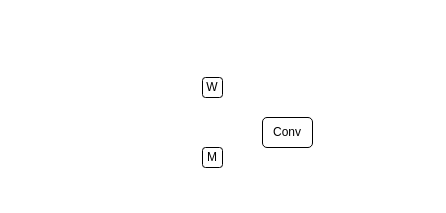
yangtao2019yt/train_daemon keeps this draw.io diagram as DualPrune.drawio. Above is the earlier version. Source tidied: cells renumbered, new cells numbered last; positions are measured from the earlier drawing's top-left corner, leaving out a move shared by most shapes. Both pictures are drawn from the tidied source at 100%, with x=0, y=0 at pixel (202, 77).
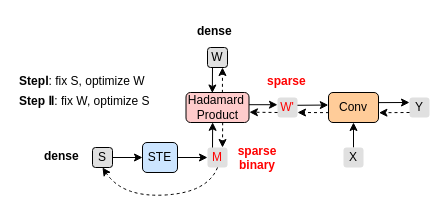
Above is the later version.

What changed in the source:
```diff
@@
-    <mxCell id="2" value="Conv" style="rounded=1;whiteSpace=wrap;html=1;" parent="1" vertex="1">
-      <mxGeometry x="60" y="40" width="50" height="30" as="geometry" />
+    <mxCell id="2" value="Conv" style="rounded=1;whiteSpace=wrap;html=1;fillColor=#ffcc99;strokeColor=#000000;" parent="1" vertex="1">
+      <mxGeometry x="126" y="15" width="50" height="30" as="geometry" />
     </mxCell>
-    <mxCell id="3" value="W" style="rounded=1;whiteSpace=wrap;html=1;" parent="1" vertex="1">
-      <mxGeometry width="20" height="20" as="geometry" />
+    <mxCell id="3" value="W" style="rounded=1;whiteSpace=wrap;html=1;fillColor=#E0E0E0;strokeColor=#000000;" parent="1" vertex="1">
+      <mxGeometry x="5" y="-30" width="20" height="20" as="geometry" />
     </mxCell>
-    <mxCell id="4" value="M" style="rounded=1;whiteSpace=wrap;html=1;" parent="1" vertex="1">
-      <mxGeometry y="70" width="20" height="20" as="geometry" />
+    <mxCell id="4" value="M" style="rounded=1;whiteSpace=wrap;html=1;fillColor=#E0E0E0;gradientColor=none;strokeColor=none;gradientDirection=radial;fontColor=#FF0000;" parent="1" vertex="1">
+      <mxGeometry x="5" y="70" width="20" height="20" as="geometry" />
     </mxCell>
+    <mxCell id="5" value="W'" style="rounded=1;whiteSpace=wrap;html=1;fillColor=#E0E0E0;strokeColor=none;fontColor=#FF0000;" parent="1" vertex="1">
+      <mxGeometry x="75" y="20" width="20" height="20" as="geometry" />
+    </mxCell>
+    <mxCell id="6" style="curved=1;endArrow=classic;html=1;rounded=0;dashed=1;exitX=0.5;exitY=1;exitDx=0;exitDy=0;entryX=0.5;entryY=1;entryDx=0;entryDy=0;" parent="1" edge="1" source="4" target="15">
+      <mxGeometry relative="1" as="geometry">
+        <Array as="points">
+          <mxPoint x="5" y="115" />
+          <mxPoint x="-80" y="120" />
+        </Array>
+      </mxGeometry>
+    </mxCell>
+    <mxCell id="7" value="Y" style="rounded=1;whiteSpace=wrap;html=1;fillColor=#E0E0E0;strokeColor=none;" parent="1" vertex="1">
+      <mxGeometry x="207" y="20" width="20" height="20" as="geometry" />
+    </mxCell>
+    <mxCell id="8" style="endArrow=classic;html=1;rounded=0;dashed=1;exitX=0;exitY=0.75;exitDx=0;exitDy=0;entryX=1.009;entryY=0.674;entryDx=0;entryDy=0;entryPerimeter=0;" parent="1" edge="1" source="7" target="2">
+      <mxGeometry relative="1" as="geometry" />
+    </mxCell>
+    <mxCell id="9" value="Hadamard&amp;nbsp; Product" style="rounded=1;whiteSpace=wrap;html=1;fillColor=#ffcccc;strokeColor=#000000;" parent="1" vertex="1">
+      <mxGeometry x="-16.5" y="15" width="63" height="30" as="geometry" />
+    </mxCell>
+    <mxCell id="10" style="edgeStyle=orthogonalEdgeStyle;rounded=0;jettySize=auto;html=1;" parent="1" edge="1" source="11" target="2">
+      <mxGeometry relative="1" as="geometry" />
+    </mxCell>
+    <mxCell id="11" value="X" style="rounded=1;whiteSpace=wrap;html=1;fillColor=#E0E0E0;strokeColor=none;" parent="1" vertex="1">
+      <mxGeometry x="141" y="70" width="20" height="20" as="geometry" />
+    </mxCell>
+    <mxCell id="12" style="edgeStyle=orthogonalEdgeStyle;rounded=0;jettySize=auto;html=1;entryX=0;entryY=0.5;entryDx=0;entryDy=0;" parent="1" edge="1" source="13" target="4">
+      <mxGeometry relative="1" as="geometry" />
+    </mxCell>
+    <mxCell id="13" value="STE" style="rounded=1;whiteSpace=wrap;html=1;fillColor=#cce5ff;strokeColor=#000000;" parent="1" vertex="1">
+      <mxGeometry x="-60" y="65" width="35" height="30" as="geometry" />
+    </mxCell>
+    <mxCell id="14" style="edgeStyle=orthogonalEdgeStyle;rounded=0;jettySize=auto;html=1;entryX=0;entryY=0.5;entryDx=0;entryDy=0;" parent="1" edge="1" source="15" target="13">
+      <mxGeometry relative="1" as="geometry" />
+    </mxCell>
+    <mxCell id="15" value="S" style="rounded=1;whiteSpace=wrap;html=1;fillColor=#E0E0E0;strokeColor=#000000;" parent="1" vertex="1">
+      <mxGeometry x="-110" y="70" width="20" height="20" as="geometry" />
+    </mxCell>
+    <mxCell id="16" style="endArrow=classic;html=1;rounded=0;exitX=0.25;exitY=1;exitDx=0;exitDy=0;entryX=0.418;entryY=0.017;entryDx=0;entryDy=0;entryPerimeter=0;" parent="1" edge="1" source="3" target="9">
+      <mxGeometry relative="1" as="geometry" />
+    </mxCell>
+    <mxCell id="17" style="endArrow=classic;html=1;rounded=0;dashed=1;exitX=0.578;exitY=0.011;exitDx=0;exitDy=0;exitPerimeter=0;entryX=0.75;entryY=1;entryDx=0;entryDy=0;" parent="1" edge="1" source="9" target="3">
+      <mxGeometry relative="1" as="geometry" />
+    </mxCell>
+    <mxCell id="18" style="endArrow=classic;html=1;rounded=0;exitX=1.003;exitY=0.337;exitDx=0;exitDy=0;exitPerimeter=0;entryX=0;entryY=0.25;entryDx=0;entryDy=0;" parent="1" edge="1" source="2" target="7">
+      <mxGeometry relative="1" as="geometry" />
+    </mxCell>
+    <mxCell id="19" style="endArrow=classic;html=1;rounded=0;dashed=1;exitX=0.01;exitY=0.671;exitDx=0;exitDy=0;entryX=1;entryY=0.75;entryDx=0;entryDy=0;exitPerimeter=0;" parent="1" edge="1" source="2" target="5">
+      <mxGeometry relative="1" as="geometry" />
+    </mxCell>
+    <mxCell id="20" style="endArrow=classic;html=1;rounded=0;exitX=0.997;exitY=0.389;exitDx=0;exitDy=0;exitPerimeter=0;entryX=-0.004;entryY=0.418;entryDx=0;entryDy=0;entryPerimeter=0;" parent="1" edge="1" source="5" target="2">
+      <mxGeometry relative="1" as="geometry" />
+    </mxCell>
+    <mxCell id="21" style="endArrow=classic;html=1;rounded=0;dashed=1;exitX=0;exitY=0.75;exitDx=0;exitDy=0;entryX=1.007;entryY=0.656;entryDx=0;entryDy=0;entryPerimeter=0;" parent="1" edge="1" source="5" target="9">
+      <mxGeometry relative="1" as="geometry" />
+    </mxCell>
+    <mxCell id="22" style="endArrow=classic;html=1;rounded=0;exitX=1.001;exitY=0.407;exitDx=0;exitDy=0;exitPerimeter=0;entryX=-0.001;entryY=0.361;entryDx=0;entryDy=0;entryPerimeter=0;" parent="1" edge="1" source="9" target="5">
+      <mxGeometry relative="1" as="geometry" />
+    </mxCell>
+    <mxCell id="23" style="endArrow=classic;html=1;rounded=0;dashed=1;entryX=0.75;entryY=0;entryDx=0;entryDy=0;exitX=0.582;exitY=0.994;exitDx=0;exitDy=0;exitPerimeter=0;" parent="1" edge="1" source="9" target="4">
+      <mxGeometry relative="1" as="geometry" />
+    </mxCell>
+    <mxCell id="24" style="endArrow=classic;html=1;rounded=0;entryX=0.423;entryY=0.994;entryDx=0;entryDy=0;entryPerimeter=0;exitX=0.25;exitY=0;exitDx=0;exitDy=0;" parent="1" edge="1" source="4" target="9">
+      <mxGeometry relative="1" as="geometry" />
+    </mxCell>
+    <mxCell id="25" value="&lt;p style=&quot;line-height: 170%;&quot;&gt;&lt;b&gt;StepⅠ&lt;/b&gt;: fix S, optimize W&lt;br&gt;&lt;b style=&quot;border-color: var(--border-color);&quot;&gt;Step Ⅱ&lt;/b&gt;: fix W, optimize S&lt;/p&gt;" style="text;whiteSpace=wrap;html=1;" parent="1" vertex="1">
+      <mxGeometry x="-185" y="-25" width="160" height="60" as="geometry" />
+    </mxCell>
+    <mxCell id="26" value="&lt;font style=&quot;&quot; color=&quot;#ff0000&quot;&gt;&lt;b&gt;sparse&lt;br&gt;binary&lt;/b&gt;&lt;/font&gt;" style="text;whiteSpace=wrap;html=1;align=center;" parent="1" vertex="1">
+      <mxGeometry x="30" y="60" width="50" height="30" as="geometry" />
+    </mxCell>
+    <mxCell id="27" value="&lt;font style=&quot;&quot; color=&quot;#ff0000&quot;&gt;&lt;b&gt;sparse&lt;/b&gt;&lt;/font&gt;" style="text;whiteSpace=wrap;html=1;" parent="1" vertex="1">
+      <mxGeometry x="62.5" y="-10" width="45" height="30" as="geometry" />
+    </mxCell>
+    <mxCell id="28" value="&lt;b style=&quot;&quot;&gt;dense&lt;/b&gt;" style="text;whiteSpace=wrap;html=1;" parent="1" vertex="1">
+      <mxGeometry x="-7.5" y="-60" width="45" height="30" as="geometry" />
+    </mxCell>
+    <mxCell id="29" value="&lt;b style=&quot;&quot;&gt;dense&lt;/b&gt;" style="text;whiteSpace=wrap;html=1;" parent="1" vertex="1">
+      <mxGeometry x="-160" y="65" width="45" height="30" as="geometry" />
+    </mxCell>
```
